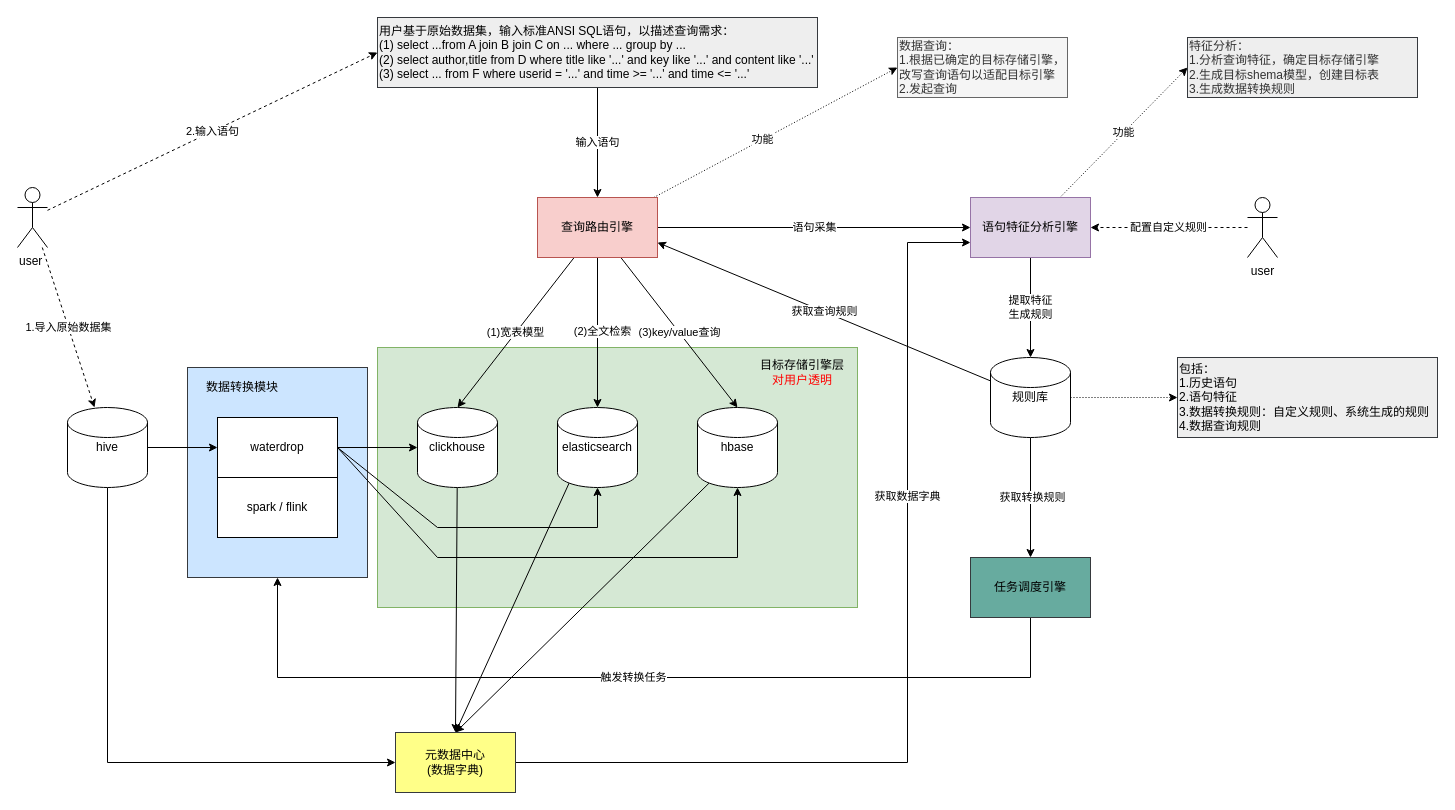
cloudnativecube/octopus keeps this draw.io diagram as page "架构" (1 of 2) of design/cube.drawio. Above is the earlier version. Source tidied: cells renumbered, new cells numbered last; positions are measured from the earlier drawing's top-left corner, leaving out a move shared by most shapes. Both pictures are drawn from the tidied source at 100%, with x=0, y=0 at pixel (17, 17).
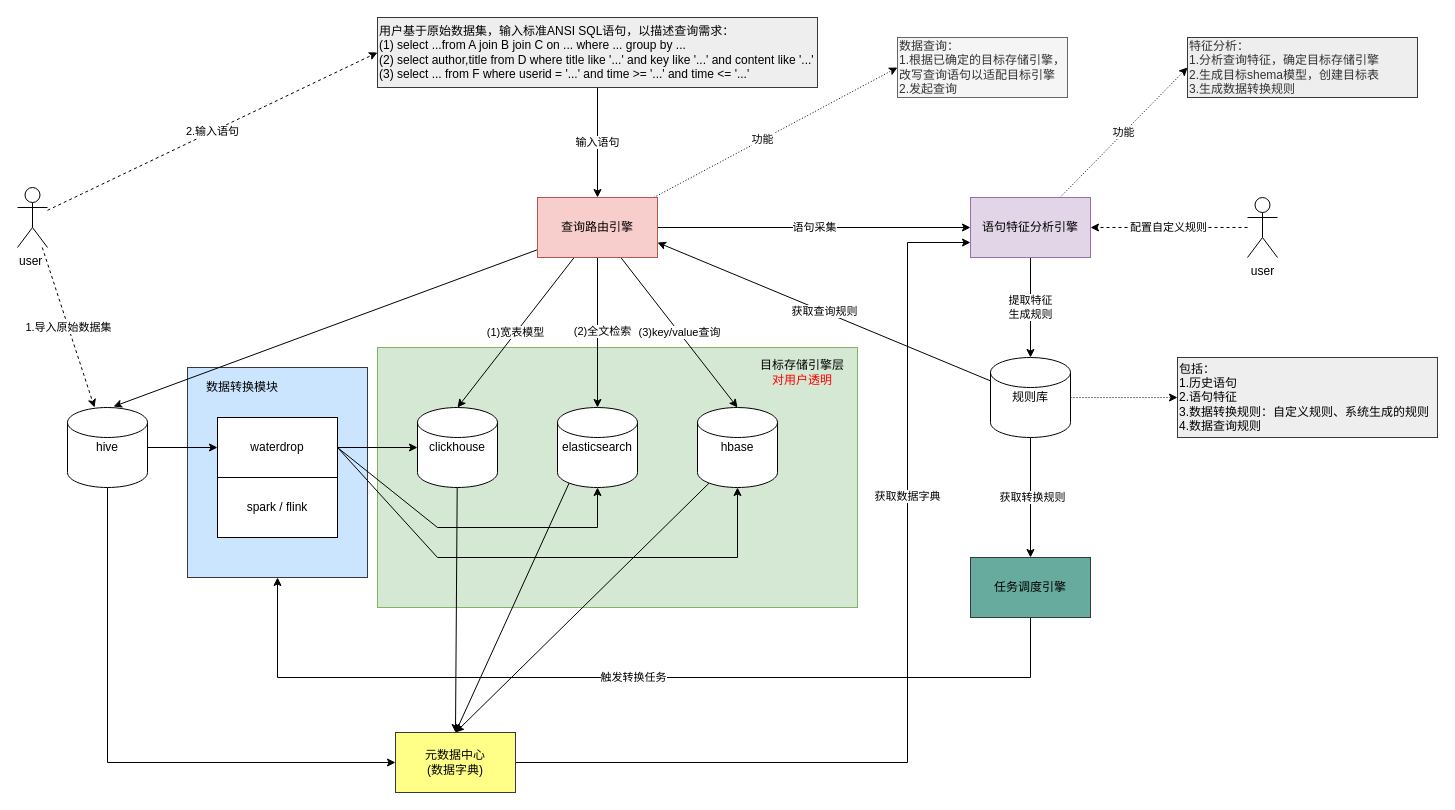
Above is the later version.

Unchanged cells that the change refers to:
```xml
<mxCell id="12" value="查询路由引擎" style="rounded=0;whiteSpace=wrap;html=1;fillColor=#f8cecc;strokeColor=#b85450;" parent="1" vertex="1">
  <mxGeometry x="520" y="180" width="120" height="60" as="geometry" />
</mxCell>
<mxCell id="45" value="hive" style="shape=cylinder2;whiteSpace=wrap;html=1;boundedLbl=1;backgroundOutline=1;size=15;" parent="1" vertex="1">
  <mxGeometry x="50" y="390" width="80" height="80" as="geometry" />
</mxCell>
```

What changed in the source:
```diff
@@
+    <mxCell id="50" style="rounded=0;jettySize=auto;html=1;entryX=0.575;entryY=-0.012;entryDx=0;entryDy=0;entryPerimeter=0;" parent="1" edge="1" source="12" target="45">
+      <mxGeometry relative="1" as="geometry" />
+    </mxCell>
```
